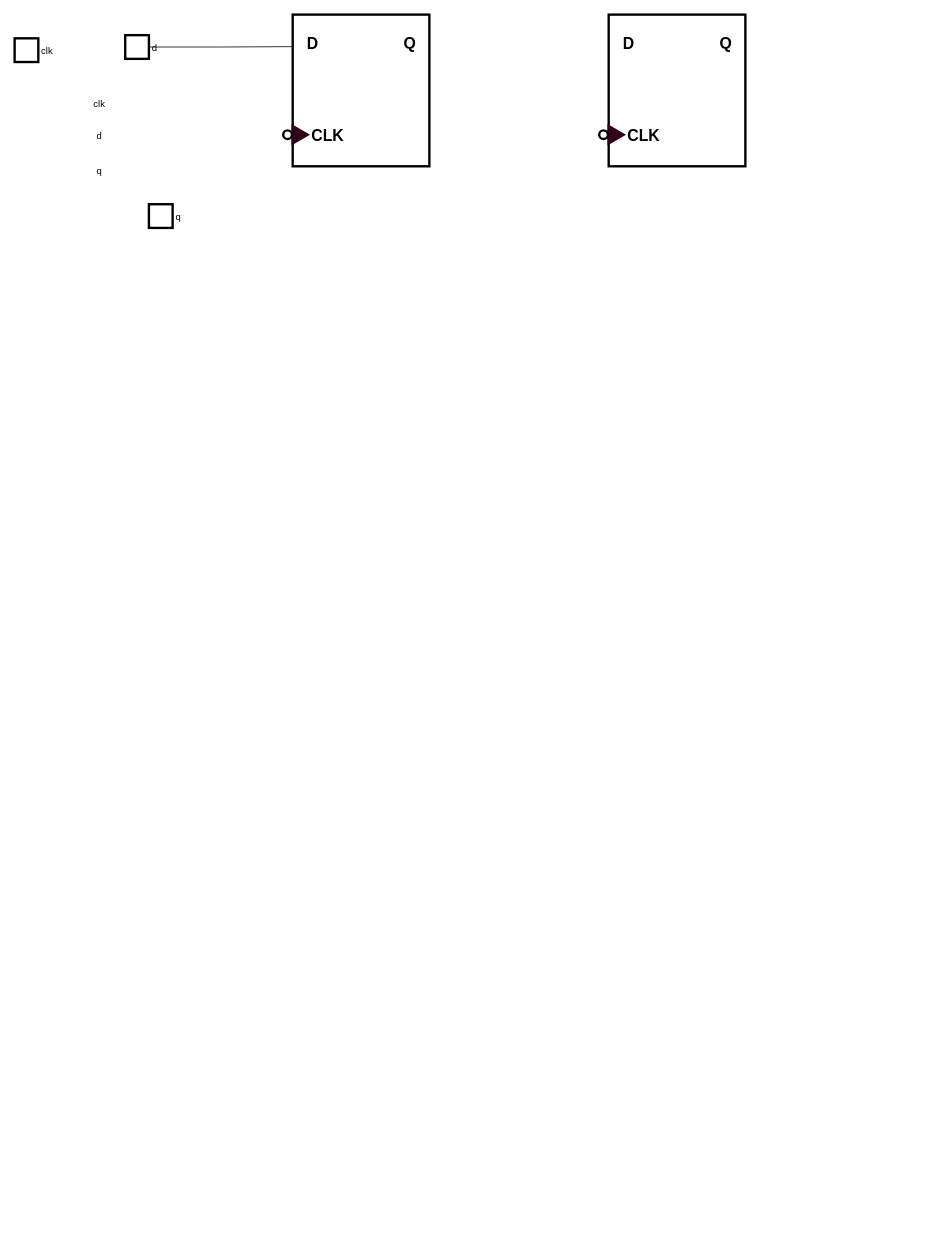
The draw.io diagram FF-FF.drawio in T-Maharshi-Sanand-Yadav/draw.io, before the edit. Source tidied: cells renumbered, new cells numbered last; positions are measured from the earlier drawing's top-left corner, leaving out a move shared by most shapes. Both pictures are drawn from the tidied source at 79%, with x=0, y=0 at pixel (14, 14).
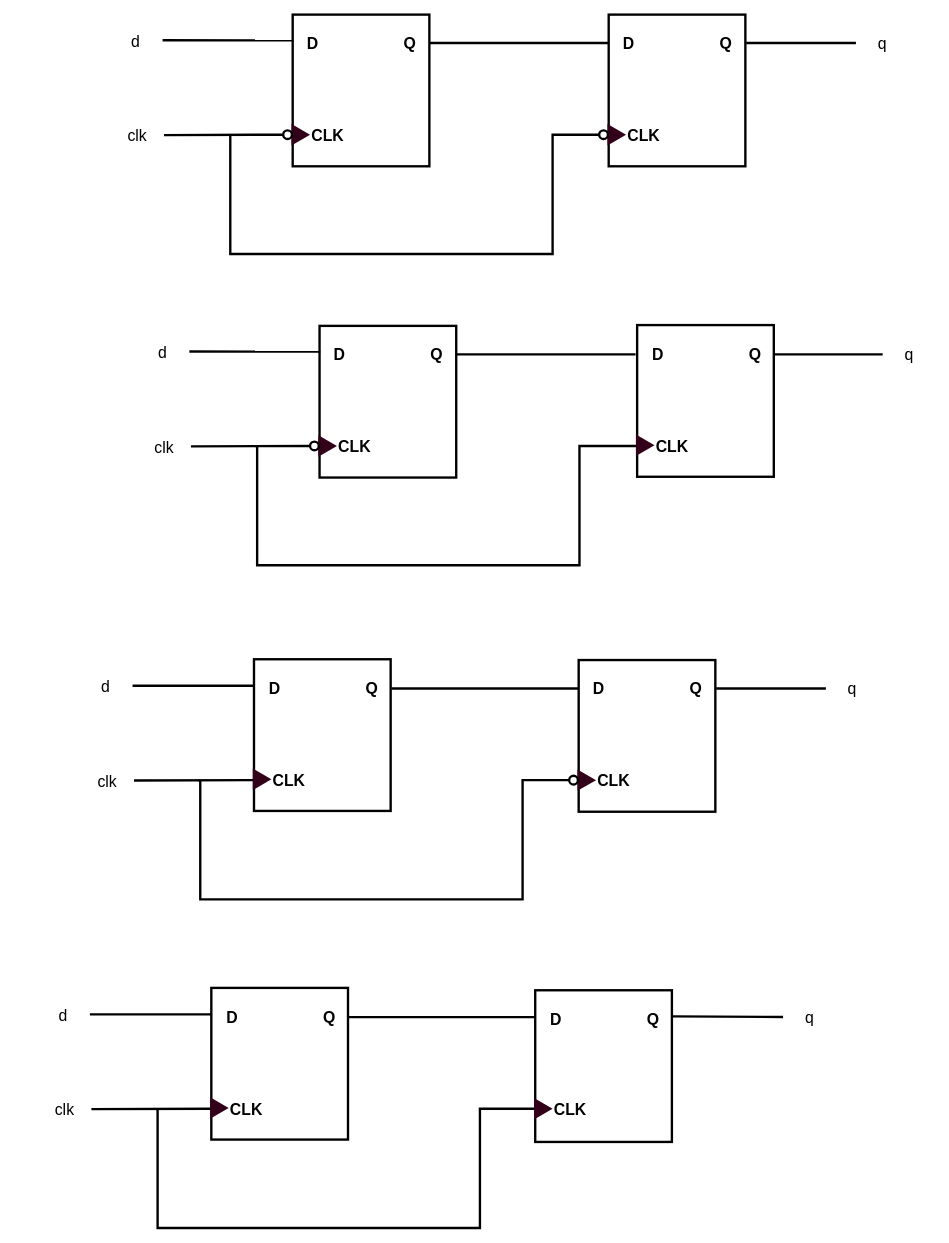
The same diagram, later.

The change refers to these unchanged cells:
```xml
<mxCell id="2" style="rounded=0;whiteSpace=wrap;html=1;strokeWidth=3;fontSize=20;fontStyle=1;" parent="1" vertex="1">
  <mxGeometry x="352" width="173" height="192" as="geometry" />
</mxCell>
<mxCell id="7" style="ellipse;whiteSpace=wrap;html=1;strokeWidth=3;" parent="1" vertex="1">
  <mxGeometry x="340" y="146.5" width="11" height="11" as="geometry" />
</mxCell>
<mxCell id="13" style="ellipse;whiteSpace=wrap;html=1;strokeWidth=3;" parent="1" vertex="1">
  <mxGeometry x="740" y="146.5" width="11" height="11" as="geometry" />
</mxCell>
```

The edit, as a diff of the source:
```diff
@@
+    <mxCell id="21" style="edgeStyle=orthogonalEdgeStyle;rounded=0;jettySize=auto;html=1;exitX=0;exitY=0.5;exitDx=0;exitDy=0;endArrow=none;endFill=0;strokeWidth=3;" parent="1" edge="1" source="13">
+      <mxGeometry relative="1" as="geometry">
+        <mxPoint x="271" y="152" as="targetPoint" />
+        <Array as="points">
+          <mxPoint x="681" y="152" />
+          <mxPoint x="681" y="303" />
+          <mxPoint x="273" y="303" />
+          <mxPoint x="273" y="153" />
+          <mxPoint x="271" y="153" />
+        </Array>
+      </mxGeometry>
+    </mxCell>
@@
-    <mxCell id="14" value="clk" style="fontStyle=0;labelPosition=right;verticalLabelPosition=middle;align=left;verticalAlign=middle;spacingLeft=2;strokeWidth=3;" parent="1" vertex="1">
-      <mxGeometry y="30" width="30" height="30" as="geometry" />
-    </mxCell>
-    <mxCell id="15" value="d" style="fontStyle=0;labelPosition=right;verticalLabelPosition=middle;align=left;verticalAlign=middle;spacingLeft=2;strokeWidth=3;" parent="1" vertex="1">
-      <mxGeometry x="140" y="26" width="30" height="30" as="geometry" />
-    </mxCell>
-    <mxCell id="16" value="q" style="fontStyle=0;labelPosition=right;verticalLabelPosition=middle;align=left;verticalAlign=middle;spacingLeft=2;strokeWidth=3;" parent="1" vertex="1">
-      <mxGeometry x="170" y="240" width="30" height="30" as="geometry" />
-    </mxCell>
-    <mxCell id="17" style="edgeStyle=orthogonalEdgeStyle;rounded=0;jettySize=auto;html=1;exitX=1;exitY=0.5;exitDx=0;exitDy=0;entryX=0.005;entryY=0.211;entryDx=0;entryDy=0;entryPerimeter=0;endArrow=none;endFill=0;" parent="1" edge="1" source="15" target="2">
-      <mxGeometry relative="1" as="geometry" />
-    </mxCell>
-    <mxCell id="18" value="clk" style="rounded=0;whiteSpace=wrap;html=1;strokeColor=none;" parent="1" vertex="1">
-      <mxGeometry x="74" y="96" width="67" height="35" as="geometry" />
-    </mxCell>
-    <mxCell id="19" value="d" style="rounded=0;whiteSpace=wrap;html=1;strokeColor=none;" parent="1" vertex="1">
-      <mxGeometry x="74" y="136" width="67" height="35" as="geometry" />
-    </mxCell>
-    <mxCell id="20" value="q" style="rounded=0;whiteSpace=wrap;html=1;strokeColor=none;" parent="1" vertex="1">
-      <mxGeometry x="74" y="180" width="67" height="35" as="geometry" />
-    </mxCell>
+    <mxCell id="22" style="rounded=0;jettySize=auto;html=1;exitX=1;exitY=0.5;exitDx=0;exitDy=0;endArrow=none;endFill=0;strokeWidth=3;entryX=0;entryY=0.5;entryDx=0;entryDy=0;" parent="1" edge="1" source="23" target="7">
+      <mxGeometry relative="1" as="geometry" />
+    </mxCell>
+    <mxCell id="23" value="clk" style="rounded=0;whiteSpace=wrap;html=1;strokeColor=none;fontSize=20;" parent="1" vertex="1">
+      <mxGeometry x="122" y="135" width="67" height="35" as="geometry" />
+    </mxCell>
+    <mxCell id="24" style="rounded=0;jettySize=auto;html=1;exitX=1;exitY=0.5;exitDx=0;exitDy=0;endArrow=none;endFill=0;strokeWidth=3;entryX=0.005;entryY=0.17;entryDx=0;entryDy=0;entryPerimeter=0;" parent="1" edge="1" source="25" target="2">
+      <mxGeometry relative="1" as="geometry" />
+    </mxCell>
+    <mxCell id="25" value="d" style="rounded=0;whiteSpace=wrap;html=1;strokeColor=none;fontSize=20;" parent="1" vertex="1">
+      <mxGeometry x="120" y="15" width="67" height="35" as="geometry" />
+    </mxCell>
+    <mxCell id="26" style="rounded=0;orthogonalLoop=1;jettySize=auto;html=1;endArrow=none;endFill=0;strokeWidth=3;" parent="1" edge="1">
+      <mxGeometry relative="1" as="geometry">
+        <mxPoint x="525" y="36" as="sourcePoint" />
+        <mxPoint x="752" y="36" as="targetPoint" />
+      </mxGeometry>
+    </mxCell>
+    <mxCell id="27" style="edgeStyle=orthogonalEdgeStyle;rounded=0;jettySize=auto;html=1;strokeWidth=3;endArrow=none;endFill=0;" parent="1" edge="1" source="28">
+      <mxGeometry relative="1" as="geometry">
+        <mxPoint x="926" y="36" as="targetPoint" />
+      </mxGeometry>
+    </mxCell>
+    <mxCell id="28" value="q" style="rounded=0;whiteSpace=wrap;html=1;strokeColor=none;fontSize=20;" parent="1" vertex="1">
+      <mxGeometry x="1065" y="18.5" width="67" height="35" as="geometry" />
+    </mxCell>
+    <mxCell id="29" style="rounded=0;whiteSpace=wrap;html=1;strokeWidth=3;fontSize=20;fontStyle=1;" parent="1" vertex="1">
+      <mxGeometry x="386" y="394" width="173" height="192" as="geometry" />
+    </mxCell>
+    <mxCell id="30" value="D" style="text;html=1;align=center;verticalAlign=middle;strokeColor=none;fillColor=none;strokeWidth=3;fontSize=20;fontStyle=1;" parent="1" vertex="1">
+      <mxGeometry x="391" y="410" width="40" height="40" as="geometry" />
+    </mxCell>
+    <mxCell id="31" value="CLK" style="text;html=1;align=center;verticalAlign=middle;strokeColor=none;fillColor=none;strokeWidth=3;fontSize=20;fontStyle=1;" parent="1" vertex="1">
+      <mxGeometry x="400" y="526" width="60" height="40" as="geometry" />
+    </mxCell>
+    <mxCell id="32" value="Q" style="text;html=1;align=center;verticalAlign=middle;strokeColor=none;fillColor=none;strokeWidth=3;fontSize=20;fontStyle=1;" parent="1" vertex="1">
+      <mxGeometry x="514" y="410" width="40" height="40" as="geometry" />
+    </mxCell>
+    <mxCell id="33" style="triangle;whiteSpace=wrap;html=1;strokeWidth=3;fillColor=#33001A;strokeColor=#33001A;fontColor=#ffffff;" parent="1" vertex="1">
+      <mxGeometry x="386" y="535" width="19" height="22" as="geometry" />
+    </mxCell>
+    <mxCell id="34" style="ellipse;whiteSpace=wrap;html=1;strokeWidth=3;" parent="1" vertex="1">
+      <mxGeometry x="374" y="540.5" width="11" height="11" as="geometry" />
+    </mxCell>
+    <mxCell id="35" style="edgeStyle=orthogonalEdgeStyle;rounded=0;jettySize=auto;html=1;exitX=0;exitY=0.5;exitDx=0;exitDy=0;endArrow=none;endFill=0;strokeWidth=3;" parent="1" edge="1" source="47">
+      <mxGeometry relative="1" as="geometry">
+        <mxPoint x="305" y="546" as="targetPoint" />
+        <Array as="points">
+          <mxPoint x="788" y="546" />
+          <mxPoint x="715" y="546" />
+          <mxPoint x="715" y="697" />
+          <mxPoint x="307" y="697" />
+          <mxPoint x="307" y="547" />
+          <mxPoint x="305" y="547" />
+        </Array>
+      </mxGeometry>
+    </mxCell>
+    <mxCell id="36" style="rounded=0;jettySize=auto;html=1;exitX=1;exitY=0.5;exitDx=0;exitDy=0;endArrow=none;endFill=0;strokeWidth=3;entryX=0;entryY=0.5;entryDx=0;entryDy=0;" parent="1" edge="1" source="37" target="34">
+      <mxGeometry relative="1" as="geometry" />
+    </mxCell>
+    <mxCell id="37" value="clk" style="rounded=0;whiteSpace=wrap;html=1;strokeColor=none;fontSize=20;" parent="1" vertex="1">
+      <mxGeometry x="156" y="529" width="67" height="35" as="geometry" />
+    </mxCell>
+    <mxCell id="38" style="rounded=0;jettySize=auto;html=1;exitX=1;exitY=0.5;exitDx=0;exitDy=0;endArrow=none;endFill=0;strokeWidth=3;entryX=0.005;entryY=0.17;entryDx=0;entryDy=0;entryPerimeter=0;" parent="1" edge="1" source="39" target="29">
+      <mxGeometry relative="1" as="geometry" />
+    </mxCell>
+    <mxCell id="39" value="d" style="rounded=0;whiteSpace=wrap;html=1;strokeColor=none;fontSize=20;" parent="1" vertex="1">
+      <mxGeometry x="154" y="409" width="67" height="35" as="geometry" />
+    </mxCell>
+    <mxCell id="40" style="rounded=0;orthogonalLoop=1;jettySize=auto;html=1;endArrow=none;endFill=0;strokeWidth=3;" parent="1" edge="1">
+      <mxGeometry relative="1" as="geometry">
+        <mxPoint x="559" y="430" as="sourcePoint" />
+        <mxPoint x="786" y="430" as="targetPoint" />
+      </mxGeometry>
+    </mxCell>
+    <mxCell id="41" style="edgeStyle=orthogonalEdgeStyle;rounded=0;jettySize=auto;html=1;strokeWidth=3;endArrow=none;endFill=0;" parent="1" edge="1" source="42">
+      <mxGeometry relative="1" as="geometry">
+        <mxPoint x="960" y="430" as="targetPoint" />
+      </mxGeometry>
+    </mxCell>
+    <mxCell id="42" value="q" style="rounded=0;whiteSpace=wrap;html=1;strokeColor=none;fontSize=20;" parent="1" vertex="1">
+      <mxGeometry x="1099" y="412.5" width="67" height="35" as="geometry" />
+    </mxCell>
+    <mxCell id="43" style="rounded=0;whiteSpace=wrap;html=1;strokeWidth=3;fontSize=20;fontStyle=1;" parent="1" vertex="1">
+      <mxGeometry x="788" y="393" width="173" height="192" as="geometry" />
+    </mxCell>
+    <mxCell id="44" value="D" style="text;html=1;align=center;verticalAlign=middle;strokeColor=none;fillColor=none;strokeWidth=3;fontSize=20;fontStyle=1;" parent="1" vertex="1">
+      <mxGeometry x="797" y="411" width="33" height="37" as="geometry" />
+    </mxCell>
+    <mxCell id="45" value="CLK" style="text;html=1;align=center;verticalAlign=middle;strokeColor=none;fillColor=none;strokeWidth=3;fontSize=20;fontStyle=1;" parent="1" vertex="1">
+      <mxGeometry x="803" y="527" width="58" height="37" as="geometry" />
+    </mxCell>
+    <mxCell id="46" value="Q" style="text;html=1;align=center;verticalAlign=middle;strokeColor=none;fillColor=none;strokeWidth=3;fontSize=20;fontStyle=1;" parent="1" vertex="1">
+      <mxGeometry x="919" y="411" width="35" height="37" as="geometry" />
+    </mxCell>
+    <mxCell id="47" style="triangle;whiteSpace=wrap;html=1;strokeWidth=3;fillColor=#33001A;strokeColor=#33001A;fontColor=#ffffff;" parent="1" vertex="1">
+      <mxGeometry x="788" y="534" width="19" height="22" as="geometry" />
+    </mxCell>
+    <mxCell id="48" style="rounded=0;whiteSpace=wrap;html=1;strokeWidth=3;fontSize=20;fontStyle=1;" parent="1" vertex="1">
+      <mxGeometry x="714" y="817" width="173" height="192" as="geometry" />
+    </mxCell>
+    <mxCell id="49" value="D" style="text;html=1;align=center;verticalAlign=middle;strokeColor=none;fillColor=none;strokeWidth=3;fontSize=20;fontStyle=1;" parent="1" vertex="1">
+      <mxGeometry x="719" y="833" width="40" height="40" as="geometry" />
+    </mxCell>
+    <mxCell id="50" value="CLK" style="text;html=1;align=center;verticalAlign=middle;strokeColor=none;fillColor=none;strokeWidth=3;fontSize=20;fontStyle=1;" parent="1" vertex="1">
+      <mxGeometry x="728" y="949" width="60" height="40" as="geometry" />
+    </mxCell>
+    <mxCell id="51" value="Q" style="text;html=1;align=center;verticalAlign=middle;strokeColor=none;fillColor=none;strokeWidth=3;fontSize=20;fontStyle=1;" parent="1" vertex="1">
+      <mxGeometry x="842" y="833" width="40" height="40" as="geometry" />
+    </mxCell>
+    <mxCell id="52" style="triangle;whiteSpace=wrap;html=1;strokeWidth=3;fillColor=#33001A;strokeColor=#33001A;fontColor=#ffffff;" parent="1" vertex="1">
+      <mxGeometry x="714" y="958" width="19" height="22" as="geometry" />
+    </mxCell>
+    <mxCell id="53" style="edgeStyle=orthogonalEdgeStyle;rounded=0;jettySize=auto;html=1;exitX=0;exitY=0.5;exitDx=0;exitDy=0;endArrow=none;endFill=0;strokeWidth=3;" parent="1" edge="1" source="54">
+      <mxGeometry relative="1" as="geometry">
+        <mxPoint x="233" y="969" as="targetPoint" />
+        <Array as="points">
+          <mxPoint x="643" y="969" />
+          <mxPoint x="643" y="1120" />
+          <mxPoint x="235" y="1120" />
+          <mxPoint x="235" y="970" />
+          <mxPoint x="233" y="970" />
+        </Array>
+      </mxGeometry>
+    </mxCell>
+    <mxCell id="54" style="ellipse;whiteSpace=wrap;html=1;strokeWidth=3;" parent="1" vertex="1">
+      <mxGeometry x="702" y="963.5" width="11" height="11" as="geometry" />
+    </mxCell>
+    <mxCell id="55" style="rounded=0;jettySize=auto;html=1;exitX=1;exitY=0.5;exitDx=0;exitDy=0;endArrow=none;endFill=0;strokeWidth=3;entryX=0;entryY=0.5;entryDx=0;entryDy=0;" parent="1" edge="1" source="56">
+      <mxGeometry relative="1" as="geometry">
+        <mxPoint x="302" y="969" as="targetPoint" />
+      </mxGeometry>
+    </mxCell>
+    <mxCell id="56" value="clk" style="rounded=0;whiteSpace=wrap;html=1;strokeColor=none;fontSize=20;" parent="1" vertex="1">
+      <mxGeometry x="84" y="952" width="67" height="35" as="geometry" />
+    </mxCell>
+    <mxCell id="57" style="rounded=0;jettySize=auto;html=1;exitX=1;exitY=0.5;exitDx=0;exitDy=0;endArrow=none;endFill=0;strokeWidth=3;entryX=0.005;entryY=0.17;entryDx=0;entryDy=0;entryPerimeter=0;" parent="1" edge="1" source="58">
+      <mxGeometry relative="1" as="geometry">
+        <mxPoint x="314.9" y="849.6" as="targetPoint" />
+      </mxGeometry>
+    </mxCell>
+    <mxCell id="58" value="d" style="rounded=0;whiteSpace=wrap;html=1;strokeColor=none;fontSize=20;" parent="1" vertex="1">
+      <mxGeometry x="82" y="832" width="67" height="35" as="geometry" />
+    </mxCell>
+    <mxCell id="59" style="rounded=0;orthogonalLoop=1;jettySize=auto;html=1;endArrow=none;endFill=0;strokeWidth=3;" parent="1" edge="1">
+      <mxGeometry relative="1" as="geometry">
+        <mxPoint x="477" y="853" as="sourcePoint" />
+        <mxPoint x="714" y="853" as="targetPoint" />
+      </mxGeometry>
+    </mxCell>
+    <mxCell id="60" style="edgeStyle=orthogonalEdgeStyle;rounded=0;jettySize=auto;html=1;strokeWidth=3;endArrow=none;endFill=0;" parent="1" edge="1" source="61">
+      <mxGeometry relative="1" as="geometry">
+        <mxPoint x="888" y="853" as="targetPoint" />
+      </mxGeometry>
+    </mxCell>
+    <mxCell id="61" value="q" style="rounded=0;whiteSpace=wrap;html=1;strokeColor=none;fontSize=20;" parent="1" vertex="1">
+      <mxGeometry x="1027" y="835.5" width="67" height="35" as="geometry" />
+    </mxCell>
+    <mxCell id="62" style="rounded=0;whiteSpace=wrap;html=1;strokeWidth=3;fontSize=20;fontStyle=1;" parent="1" vertex="1">
+      <mxGeometry x="303" y="816" width="173" height="192" as="geometry" />
+    </mxCell>
+    <mxCell id="63" value="D" style="text;html=1;align=center;verticalAlign=middle;strokeColor=none;fillColor=none;strokeWidth=3;fontSize=20;fontStyle=1;" parent="1" vertex="1">
+      <mxGeometry x="312" y="834" width="33" height="37" as="geometry" />
+    </mxCell>
+    <mxCell id="64" value="CLK" style="text;html=1;align=center;verticalAlign=middle;strokeColor=none;fillColor=none;strokeWidth=3;fontSize=20;fontStyle=1;" parent="1" vertex="1">
+      <mxGeometry x="318" y="950" width="58" height="37" as="geometry" />
+    </mxCell>
+    <mxCell id="65" value="Q" style="text;html=1;align=center;verticalAlign=middle;strokeColor=none;fillColor=none;strokeWidth=3;fontSize=20;fontStyle=1;" parent="1" vertex="1">
+      <mxGeometry x="434" y="834" width="35" height="37" as="geometry" />
+    </mxCell>
+    <mxCell id="66" style="triangle;whiteSpace=wrap;html=1;strokeWidth=3;fillColor=#33001A;strokeColor=#33001A;fontColor=#ffffff;" parent="1" vertex="1">
+      <mxGeometry x="303" y="957" width="19" height="22" as="geometry" />
+    </mxCell>
+    <mxCell id="67" style="edgeStyle=orthogonalEdgeStyle;rounded=0;orthogonalLoop=1;jettySize=auto;html=1;endArrow=none;endFill=0;strokeWidth=3;" parent="1" edge="1">
+      <mxGeometry relative="1" as="geometry">
+        <mxPoint x="658" y="1385" as="sourcePoint" />
+        <mxPoint x="179" y="1385" as="targetPoint" />
+        <Array as="points">
+          <mxPoint x="589" y="1385" />
+          <mxPoint x="589" y="1536" />
+          <mxPoint x="181" y="1536" />
+          <mxPoint x="181" y="1386" />
+          <mxPoint x="179" y="1386" />
+        </Array>
+      </mxGeometry>
+    </mxCell>
+    <mxCell id="68" style="rounded=0;jettySize=auto;html=1;exitX=1;exitY=0.5;exitDx=0;exitDy=0;endArrow=none;endFill=0;strokeWidth=3;entryX=0;entryY=0.5;entryDx=0;entryDy=0;" parent="1" edge="1" source="69">
+      <mxGeometry relative="1" as="geometry">
+        <mxPoint x="248" y="1385" as="targetPoint" />
+      </mxGeometry>
+    </mxCell>
+    <mxCell id="69" value="clk" style="rounded=0;whiteSpace=wrap;html=1;strokeColor=none;fontSize=20;" parent="1" vertex="1">
+      <mxGeometry x="30" y="1368" width="67" height="35" as="geometry" />
+    </mxCell>
+    <mxCell id="70" style="rounded=0;jettySize=auto;html=1;exitX=1;exitY=0.5;exitDx=0;exitDy=0;endArrow=none;endFill=0;strokeWidth=3;entryX=0.005;entryY=0.17;entryDx=0;entryDy=0;entryPerimeter=0;" parent="1" edge="1" source="71">
+      <mxGeometry relative="1" as="geometry">
+        <mxPoint x="260.9" y="1265.6" as="targetPoint" />
+      </mxGeometry>
+    </mxCell>
+    <mxCell id="71" value="d" style="rounded=0;whiteSpace=wrap;html=1;strokeColor=none;fontSize=20;" parent="1" vertex="1">
+      <mxGeometry x="28" y="1248" width="67" height="35" as="geometry" />
+    </mxCell>
+    <mxCell id="72" style="rounded=0;orthogonalLoop=1;jettySize=auto;html=1;endArrow=none;endFill=0;strokeWidth=3;" parent="1" edge="1">
+      <mxGeometry relative="1" as="geometry">
+        <mxPoint x="423" y="1269" as="sourcePoint" />
+        <mxPoint x="660" y="1269" as="targetPoint" />
+      </mxGeometry>
+    </mxCell>
+    <mxCell id="73" style="rounded=0;jettySize=auto;html=1;strokeWidth=3;endArrow=none;endFill=0;" parent="1" edge="1" source="74">
+      <mxGeometry relative="1" as="geometry">
+        <mxPoint x="832" y="1268" as="targetPoint" />
+      </mxGeometry>
+    </mxCell>
+    <mxCell id="74" value="q" style="rounded=0;whiteSpace=wrap;html=1;strokeColor=none;fontSize=20;" parent="1" vertex="1">
+      <mxGeometry x="973" y="1251.5" width="67" height="35" as="geometry" />
+    </mxCell>
+    <mxCell id="75" style="rounded=0;whiteSpace=wrap;html=1;strokeWidth=3;fontSize=20;fontStyle=1;" parent="1" vertex="1">
+      <mxGeometry x="249" y="1232" width="173" height="192" as="geometry" />
+    </mxCell>
+    <mxCell id="76" value="D" style="text;html=1;align=center;verticalAlign=middle;strokeColor=none;fillColor=none;strokeWidth=3;fontSize=20;fontStyle=1;" parent="1" vertex="1">
+      <mxGeometry x="258" y="1250" width="33" height="37" as="geometry" />
+    </mxCell>
+    <mxCell id="77" value="CLK" style="text;html=1;align=center;verticalAlign=middle;strokeColor=none;fillColor=none;strokeWidth=3;fontSize=20;fontStyle=1;" parent="1" vertex="1">
+      <mxGeometry x="264" y="1366" width="58" height="37" as="geometry" />
+    </mxCell>
+    <mxCell id="78" value="Q" style="text;html=1;align=center;verticalAlign=middle;strokeColor=none;fillColor=none;strokeWidth=3;fontSize=20;fontStyle=1;" parent="1" vertex="1">
+      <mxGeometry x="380" y="1250" width="35" height="37" as="geometry" />
+    </mxCell>
+    <mxCell id="79" style="triangle;whiteSpace=wrap;html=1;strokeWidth=3;fillColor=#33001A;strokeColor=#33001A;fontColor=#ffffff;" parent="1" vertex="1">
+      <mxGeometry x="249" y="1373" width="19" height="22" as="geometry" />
+    </mxCell>
+    <mxCell id="80" style="rounded=0;whiteSpace=wrap;html=1;strokeWidth=3;fontSize=20;fontStyle=1;" parent="1" vertex="1">
+      <mxGeometry x="659" y="1235" width="173" height="192" as="geometry" />
+    </mxCell>
+    <mxCell id="81" value="D" style="text;html=1;align=center;verticalAlign=middle;strokeColor=none;fillColor=none;strokeWidth=3;fontSize=20;fontStyle=1;" parent="1" vertex="1">
+      <mxGeometry x="668" y="1253" width="33" height="37" as="geometry" />
+    </mxCell>
+    <mxCell id="82" value="CLK" style="text;html=1;align=center;verticalAlign=middle;strokeColor=none;fillColor=none;strokeWidth=3;fontSize=20;fontStyle=1;" parent="1" vertex="1">
+      <mxGeometry x="674" y="1367" width="58" height="37" as="geometry" />
+    </mxCell>
+    <mxCell id="83" value="Q" style="text;html=1;align=center;verticalAlign=middle;strokeColor=none;fillColor=none;strokeWidth=3;fontSize=20;fontStyle=1;" parent="1" vertex="1">
+      <mxGeometry x="790" y="1253" width="35" height="37" as="geometry" />
+    </mxCell>
+    <mxCell id="84" style="triangle;whiteSpace=wrap;html=1;strokeWidth=3;fillColor=#33001A;strokeColor=#33001A;fontColor=#ffffff;" parent="1" vertex="1">
+      <mxGeometry x="659" y="1374" width="19" height="22" as="geometry" />
+    </mxCell>
```
